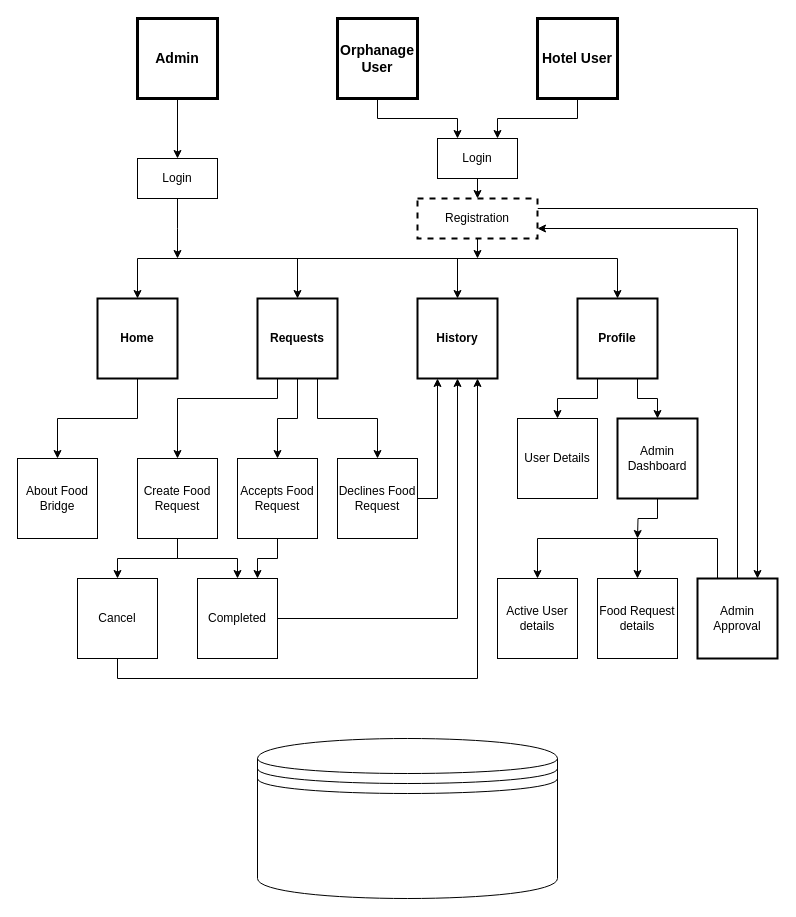
Above: fbReport_2.drawio in Sriram-V-99/MCA-Project- (draw.io), before the change. Source tidied: cells renumbered, new cells numbered last; positions are measured from the earlier drawing's top-left corner, leaving out a move shared by most shapes. Both pictures are drawn from the tidied source at 100%, with x=0, y=0 at pixel (17, 18).
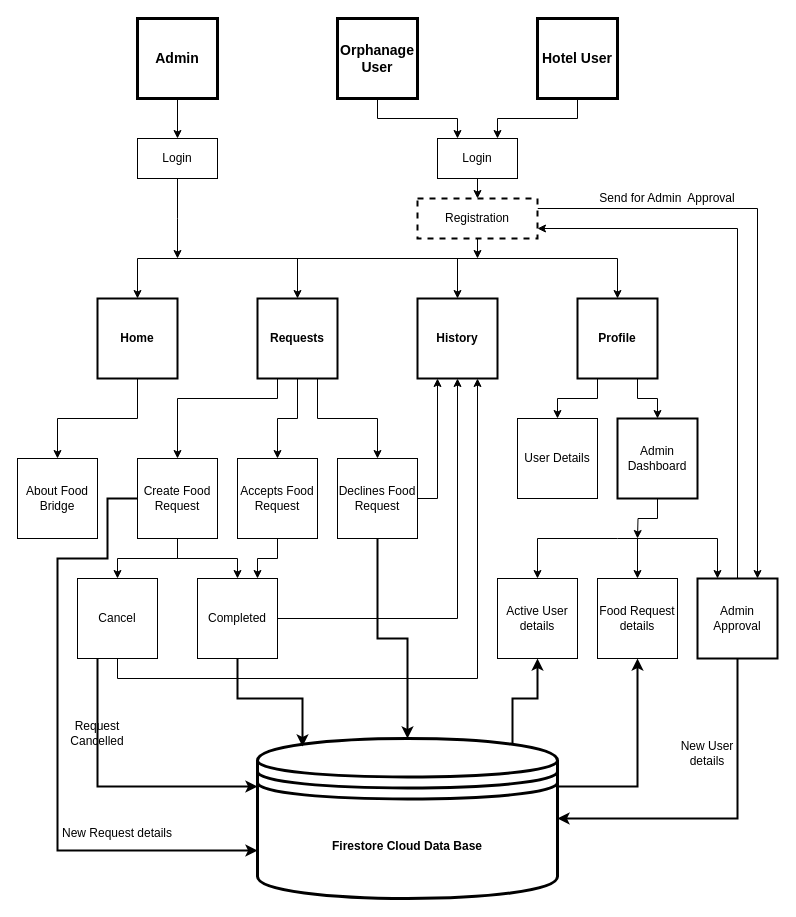
After the change.

Unchanged cells that the change refers to:
```xml
<mxCell id="19" value="Declines Food Request" style="whiteSpace=wrap;html=1;" parent="1" vertex="1">
  <mxGeometry x="320" y="440" width="80" height="80" as="geometry" />
</mxCell>
<mxCell id="24" value="Create Food Request" style="whiteSpace=wrap;html=1;" parent="1" vertex="1">
  <mxGeometry x="120" y="440" width="80" height="80" as="geometry" />
</mxCell>
<mxCell id="33" value="Admin Approval" style="whiteSpace=wrap;html=1;strokeWidth=2;" parent="1" vertex="1">
  <mxGeometry x="680" y="560" width="80" height="80" as="geometry" />
</mxCell>
<mxCell id="34" value="Active User details" style="whiteSpace=wrap;html=1;" parent="1" vertex="1">
  <mxGeometry x="480" y="560" width="80" height="80" as="geometry" />
</mxCell>
<mxCell id="35" value="Food Request details" style="whiteSpace=wrap;html=1;" parent="1" vertex="1">
  <mxGeometry x="580" y="560" width="80" height="80" as="geometry" />
</mxCell>
<mxCell id="43" value="Cancel" style="whiteSpace=wrap;html=1;" parent="1" vertex="1">
  <mxGeometry x="60" y="560" width="80" height="80" as="geometry" />
</mxCell>
<mxCell id="45" value="Completed" style="whiteSpace=wrap;html=1;" parent="1" vertex="1">
  <mxGeometry x="180" y="560" width="80" height="80" as="geometry" />
</mxCell>
```

Diff of the diagram source:
```diff
@@
+    <mxCell id="49" style="edgeStyle=orthogonalEdgeStyle;rounded=0;jettySize=auto;html=1;exitX=0.5;exitY=1;exitDx=0;exitDy=0;entryX=0.5;entryY=0;entryDx=0;entryDy=0;strokeWidth=2;" parent="1" edge="1" source="19" target="48">
+      <mxGeometry relative="1" as="geometry" />
+    </mxCell>
@@
+    <mxCell id="50" style="edgeStyle=orthogonalEdgeStyle;rounded=0;jettySize=auto;html=1;exitX=0;exitY=0.5;exitDx=0;exitDy=0;entryX=0;entryY=0.7;entryDx=0;entryDy=0;strokeWidth=2;" parent="1" edge="1" source="24" target="48">
+      <mxGeometry relative="1" as="geometry">
+        <Array as="points">
+          <mxPoint x="90" y="480" />
+          <mxPoint x="90" y="540" />
+          <mxPoint x="40" y="540" />
+          <mxPoint x="40" y="832" />
+        </Array>
+      </mxGeometry>
+    </mxCell>
@@
-    <mxCell id="32" style="edgeStyle=orthogonalEdgeStyle;rounded=0;jettySize=auto;html=1;exitX=0.25;exitY=0;exitDx=0;exitDy=0;entryX=0.5;entryY=0;entryDx=0;entryDy=0;" parent="1" edge="1" source="33" target="34">
-      <mxGeometry relative="1" as="geometry">
-        <Array as="points">
-          <mxPoint x="700" y="520" />
-          <mxPoint x="520" y="520" />
-        </Array>
-      </mxGeometry>
-    </mxCell>
+    <mxCell id="51" style="edgeStyle=orthogonalEdgeStyle;rounded=0;jettySize=auto;html=1;exitX=0.5;exitY=1;exitDx=0;exitDy=0;entryX=1;entryY=0.5;entryDx=0;entryDy=0;strokeWidth=2;" parent="1" edge="1" source="33" target="48">
+      <mxGeometry relative="1" as="geometry" />
+    </mxCell>
@@
+    <mxCell id="52" style="edgeStyle=orthogonalEdgeStyle;rounded=0;jettySize=auto;html=1;exitX=0.25;exitY=1;exitDx=0;exitDy=0;entryX=0;entryY=0.3;entryDx=0;entryDy=0;strokeWidth=2;" parent="1" edge="1" source="43" target="48">
+      <mxGeometry relative="1" as="geometry" />
+    </mxCell>
@@
     <mxCell id="47" value="Login" style="rounded=0;whiteSpace=wrap;html=1;" parent="1" vertex="1">
-      <mxGeometry x="120" y="140" width="80" height="40" as="geometry" />
+      <mxGeometry x="120" y="120" width="80" height="40" as="geometry" />
     </mxCell>
+    <mxCell id="53" style="edgeStyle=orthogonalEdgeStyle;rounded=0;jettySize=auto;html=1;exitX=0.85;exitY=0.05;exitDx=0;exitDy=0;exitPerimeter=0;entryX=0.5;entryY=1;entryDx=0;entryDy=0;strokeWidth=2;" parent="1" edge="1" source="48" target="34">
+      <mxGeometry relative="1" as="geometry" />
+    </mxCell>
+    <mxCell id="54" style="edgeStyle=orthogonalEdgeStyle;rounded=0;jettySize=auto;html=1;exitX=1;exitY=0.3;exitDx=0;exitDy=0;entryX=0.5;entryY=1;entryDx=0;entryDy=0;strokeWidth=2;" parent="1" edge="1" source="48" target="35">
+      <mxGeometry relative="1" as="geometry" />
+    </mxCell>
-    <mxCell id="48" style="shape=datastore;whiteSpace=wrap;html=1;" parent="1" vertex="1">
+    <mxCell id="48" value="&lt;b&gt;Firestore Cloud Data Base&lt;/b&gt;" style="shape=datastore;whiteSpace=wrap;html=1;strokeWidth=3;" parent="1" vertex="1">
       <mxGeometry x="240" y="720" width="300" height="160" as="geometry" />
     </mxCell>
+    <mxCell id="55" style="endArrow=classic;startArrow=classic;html=1;rounded=0;exitX=0.5;exitY=0;exitDx=0;exitDy=0;entryX=0.25;entryY=0;entryDx=0;entryDy=0;" parent="1" edge="1" source="34" target="33">
+      <mxGeometry relative="1" as="geometry">
+        <Array as="points">
+          <mxPoint x="520" y="520" />
+          <mxPoint x="600" y="520" />
+          <mxPoint x="700" y="520" />
+        </Array>
+      </mxGeometry>
+    </mxCell>
+    <mxCell id="56" value="New User details" style="text;html=1;align=center;verticalAlign=middle;whiteSpace=wrap;rounded=0;" parent="1" vertex="1">
+      <mxGeometry x="660" y="720" width="60" height="30" as="geometry" />
+    </mxCell>
+    <mxCell id="57" style="edgeStyle=orthogonalEdgeStyle;rounded=0;jettySize=auto;html=1;exitX=0.5;exitY=1;exitDx=0;exitDy=0;entryX=0.15;entryY=0.05;entryDx=0;entryDy=0;entryPerimeter=0;strokeWidth=2;" parent="1" edge="1" source="45" target="48">
+      <mxGeometry relative="1" as="geometry" />
+    </mxCell>
+    <mxCell id="58" value="Send for Admin&amp;nbsp; Approval" style="text;html=1;align=center;verticalAlign=middle;whiteSpace=wrap;rounded=0;" parent="1" vertex="1">
+      <mxGeometry x="580" y="170" width="140" height="20" as="geometry" />
+    </mxCell>
+    <mxCell id="59" value="Request Cancelled" style="text;html=1;align=center;verticalAlign=middle;whiteSpace=wrap;rounded=0;" parent="1" vertex="1">
+      <mxGeometry x="50" y="700" width="60" height="30" as="geometry" />
+    </mxCell>
+    <mxCell id="60" value="New Request details" style="text;html=1;align=center;verticalAlign=middle;whiteSpace=wrap;rounded=0;" parent="1" vertex="1">
+      <mxGeometry x="40" y="800" width="120" height="30" as="geometry" />
+    </mxCell>
```
